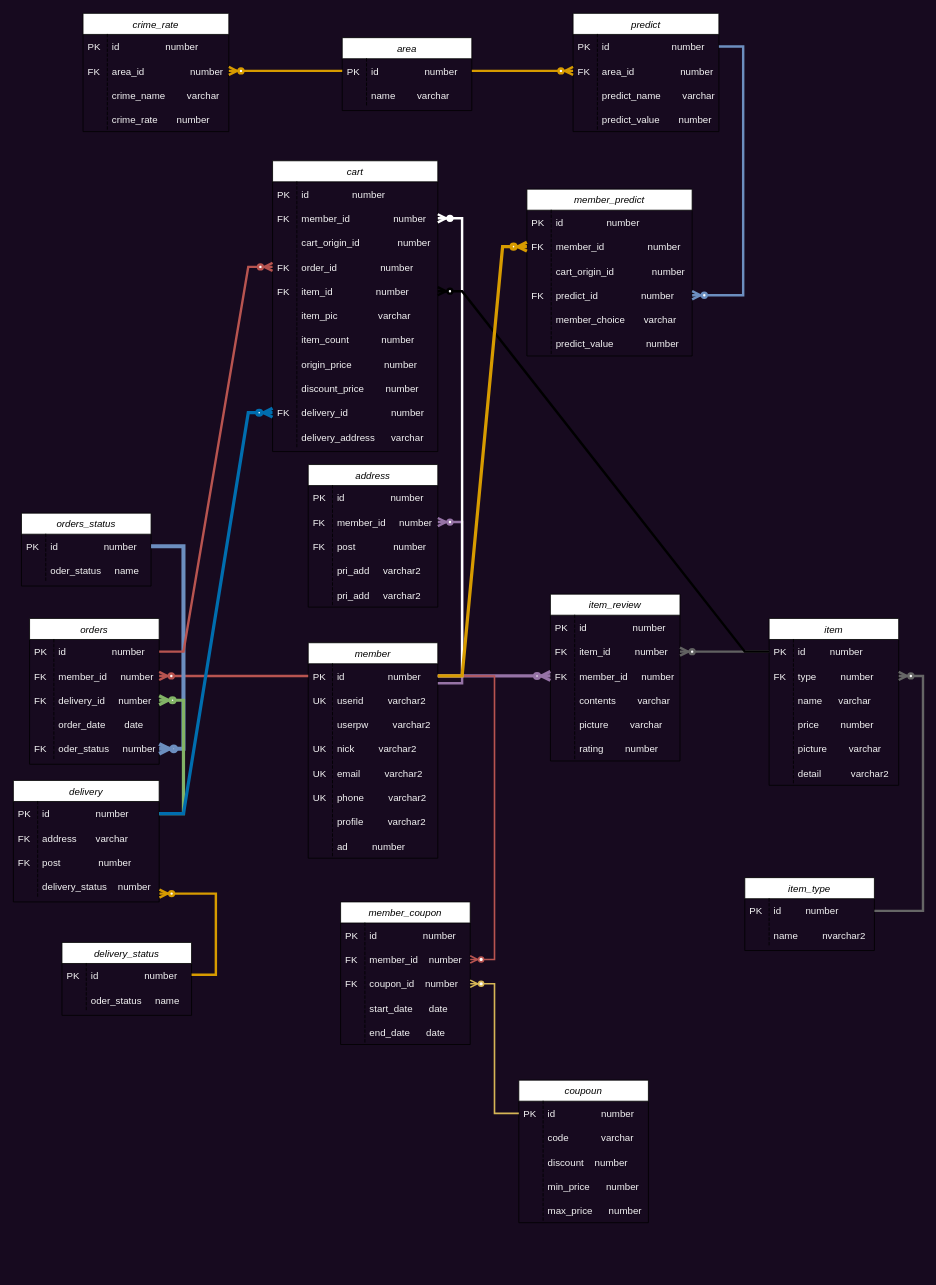
Above: sos/제목 없는 다이어그램.drawio in shahmaran0207/No-more-use (draw.io), before the change. Source tidied: cells renumbered, new cells numbered last; positions are measured from the earlier drawing's top-left corner, leaving out a move shared by most shapes. Both pictures are drawn from the tidied source at 81%, with x=0, y=0 at pixel (-19, 13).
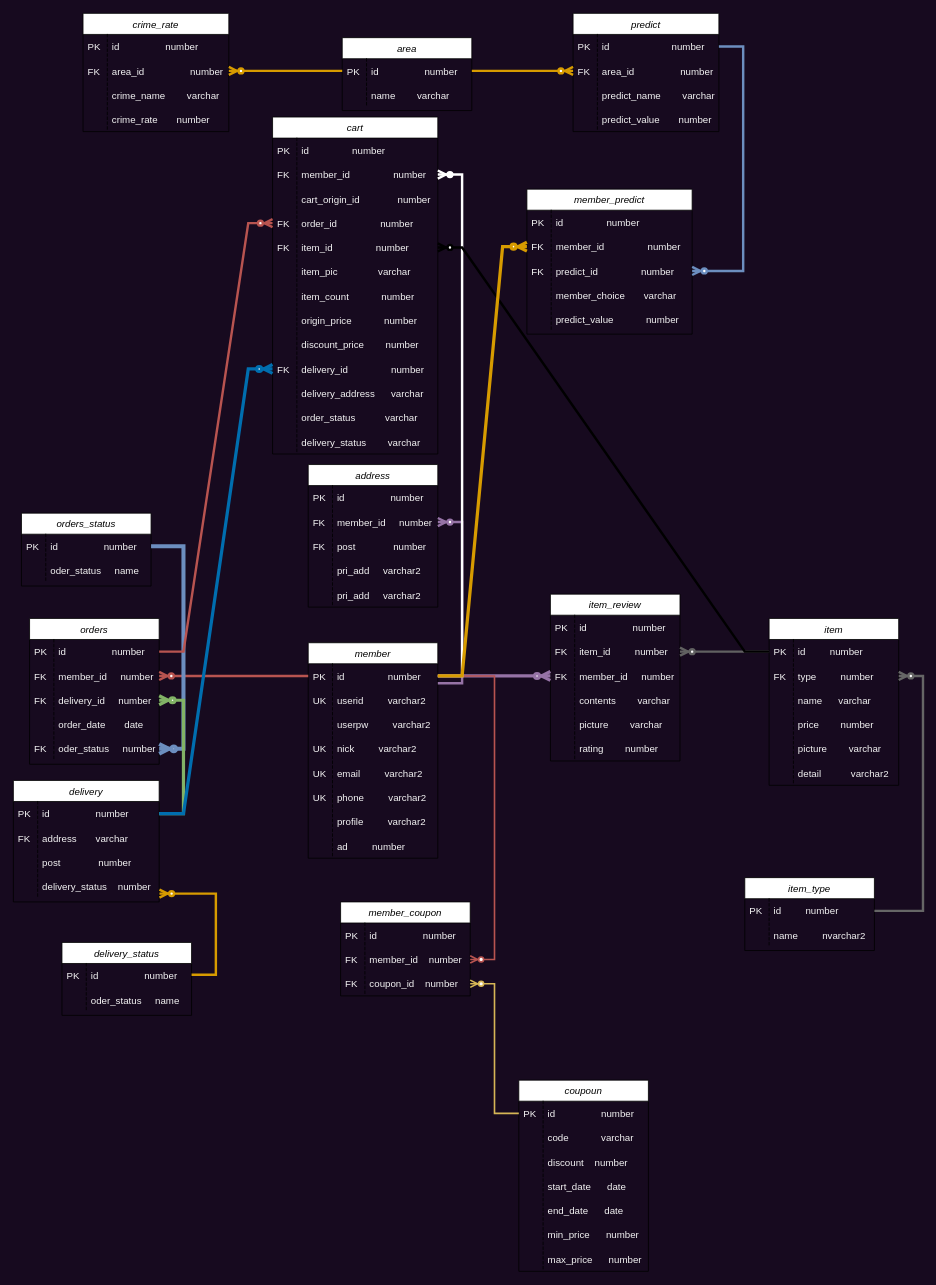
The same page after the edit.

Commit message:
제목 없는 다이어그램.drawio 업데이트

The change refers to these unchanged cells:
```xml
<mxCell id="75" value="post              number" style="shape=partialRectangle;fillColor=none;align=left;verticalAlign=middle;strokeColor=none;spacingLeft=34;fontColor=#F5F5F5;" parent="70" vertex="1">
  <mxGeometry y="86" width="180" height="30" as="geometry" />
</mxCell>
```

Diff of the diagram source:
```diff
@@
-    <mxCell id="76" value="FK" style="shape=partialRectangle;top=0;left=0;bottom=0;fillColor=none;stokeWidth=1;dashed=1;align=left;verticalAlign=middle;spacingLeft=4;spacingRight=4;overflow=hidden;fontColor=#F5F5F5;" parent="75" vertex="1">
+    <mxCell id="76" style="shape=partialRectangle;top=0;left=0;bottom=0;fillColor=none;stokeWidth=1;dashed=1;align=left;verticalAlign=middle;spacingLeft=4;spacingRight=4;overflow=hidden;fontColor=#F5F5F5;" parent="75" vertex="1">
       <mxGeometry width="30" height="30" as="geometry" />
     </mxCell>
@@
     <mxCell id="87" value="member_coupon" style="swimlane;fontStyle=2;align=center;verticalAlign=top;horizontal=1;startSize=26;rounded=0;shadow=0;strokeWidth=1;fontColor=#000000;" parent="1" vertex="1">
-      <mxGeometry x="444" y="1097" width="160" height="176" as="geometry" />
+      <mxGeometry x="444" y="1097" width="160" height="116" as="geometry" />
     </mxCell>
@@
-    <mxCell id="94" value="start_date      date" style="shape=partialRectangle;fillColor=none;align=left;verticalAlign=middle;strokeColor=none;spacingLeft=34;fontColor=#F5F5F5;" parent="87" vertex="1">
-      <mxGeometry y="116" width="160" height="30" as="geometry" />
-    </mxCell>
-    <mxCell id="95" style="shape=partialRectangle;top=0;left=0;bottom=0;fillColor=none;stokeWidth=1;dashed=1;align=left;verticalAlign=middle;spacingLeft=4;spacingRight=4;overflow=hidden;fontColor=#F5F5F5;" parent="94" vertex="1">
-      <mxGeometry width="30" height="30" as="geometry" />
-    </mxCell>
-    <mxCell id="96" value="end_date      date" style="shape=partialRectangle;fillColor=none;align=left;verticalAlign=middle;strokeColor=none;spacingLeft=34;fontColor=#F5F5F5;" parent="87" vertex="1">
-      <mxGeometry y="146" width="160" height="30" as="geometry" />
-    </mxCell>
-    <mxCell id="97" style="shape=partialRectangle;top=0;left=0;bottom=0;fillColor=none;stokeWidth=1;dashed=1;align=left;verticalAlign=middle;spacingLeft=4;spacingRight=4;overflow=hidden;fontColor=#F5F5F5;" parent="96" vertex="1">
-      <mxGeometry width="30" height="30" as="geometry" />
-    </mxCell>
     <mxCell id="98" value="coupoun" style="swimlane;fontStyle=2;align=center;verticalAlign=top;horizontal=1;startSize=26;rounded=0;shadow=0;strokeWidth=1;fontColor=#000000;" parent="1" vertex="1">
-      <mxGeometry x="664" y="1317" width="160" height="176" as="geometry" />
+      <mxGeometry x="664" y="1317" width="160" height="236" as="geometry" />
     </mxCell>
@@
+    <mxCell id="94" value="start_date      date" style="shape=partialRectangle;fillColor=none;align=left;verticalAlign=middle;strokeColor=none;spacingLeft=34;fontColor=#F5F5F5;" parent="98" vertex="1">
+      <mxGeometry y="116" width="160" height="30" as="geometry" />
+    </mxCell>
+    <mxCell id="95" style="shape=partialRectangle;top=0;left=0;bottom=0;fillColor=none;stokeWidth=1;dashed=1;align=left;verticalAlign=middle;spacingLeft=4;spacingRight=4;overflow=hidden;fontColor=#F5F5F5;" parent="94" vertex="1">
+      <mxGeometry width="30" height="30" as="geometry" />
+    </mxCell>
+    <mxCell id="96" value="end_date      date" style="shape=partialRectangle;fillColor=none;align=left;verticalAlign=middle;strokeColor=none;spacingLeft=34;fontColor=#F5F5F5;" parent="98" vertex="1">
+      <mxGeometry y="146" width="160" height="30" as="geometry" />
+    </mxCell>
+    <mxCell id="97" style="shape=partialRectangle;top=0;left=0;bottom=0;fillColor=none;stokeWidth=1;dashed=1;align=left;verticalAlign=middle;spacingLeft=4;spacingRight=4;overflow=hidden;fontColor=#F5F5F5;" parent="96" vertex="1">
+      <mxGeometry width="30" height="30" as="geometry" />
+    </mxCell>
     <mxCell id="105" value="min_price      number" style="shape=partialRectangle;fillColor=none;align=left;verticalAlign=middle;strokeColor=none;spacingLeft=34;fontColor=#F5F5F5;" parent="98" vertex="1">
-      <mxGeometry y="116" width="160" height="30" as="geometry" />
+      <mxGeometry y="176" width="160" height="30" as="geometry" />
     </mxCell>
@@
     <mxCell id="107" value="max_price      number" style="shape=partialRectangle;fillColor=none;align=left;verticalAlign=middle;strokeColor=none;spacingLeft=34;fontColor=#F5F5F5;" parent="98" vertex="1">
-      <mxGeometry y="146" width="160" height="30" as="geometry" />
+      <mxGeometry y="206" width="160" height="30" as="geometry" />
     </mxCell>
@@
     <mxCell id="148" value="cart" style="swimlane;fontStyle=2;align=center;verticalAlign=top;horizontal=1;startSize=26;rounded=0;shadow=0;strokeWidth=1;fontColor=#000000;" parent="1" vertex="1">
-      <mxGeometry x="360" y="182" width="204" height="359" as="geometry" />
+      <mxGeometry x="360" y="128" width="204" height="416" as="geometry" />
     </mxCell>
@@
+    <mxCell id="190" value="order_status           varchar" style="shape=partialRectangle;fillColor=none;align=left;verticalAlign=middle;strokeColor=none;spacingLeft=34;fontColor=#F5F5F5;" parent="148" vertex="1">
+      <mxGeometry y="356" width="204" height="30" as="geometry" />
+    </mxCell>
+    <mxCell id="191" style="shape=partialRectangle;top=0;left=0;bottom=0;fillColor=none;stokeWidth=1;dashed=1;align=left;verticalAlign=middle;spacingLeft=4;spacingRight=4;overflow=hidden;fontColor=#F5F5F5;" parent="190" vertex="1">
+      <mxGeometry width="30" height="30" as="geometry" />
+    </mxCell>
+    <mxCell id="192" value="delivery_status        varchar" style="shape=partialRectangle;fillColor=none;align=left;verticalAlign=middle;strokeColor=none;spacingLeft=34;fontColor=#F5F5F5;" parent="148" vertex="1">
+      <mxGeometry y="386" width="204" height="30" as="geometry" />
+    </mxCell>
+    <mxCell id="193" style="shape=partialRectangle;top=0;left=0;bottom=0;fillColor=none;stokeWidth=1;dashed=1;align=left;verticalAlign=middle;spacingLeft=4;spacingRight=4;overflow=hidden;fontColor=#F5F5F5;" parent="192" vertex="1">
+      <mxGeometry width="30" height="30" as="geometry" />
+    </mxCell>
@@
     <mxCell id="174" value="member_predict" style="swimlane;fontStyle=2;align=center;verticalAlign=top;horizontal=1;startSize=26;rounded=0;shadow=0;strokeWidth=1;fontColor=#000000;" parent="1" vertex="1">
-      <mxGeometry x="674" y="217" width="204" height="206" as="geometry" />
+      <mxGeometry x="674" y="217" width="204" height="179" as="geometry" />
     </mxCell>
@@
-    <mxCell id="179" value="cart_origin_id              number" style="shape=partialRectangle;fillColor=none;align=left;verticalAlign=middle;strokeColor=none;spacingLeft=34;fontColor=#F5F5F5;" parent="174" vertex="1">
-      <mxGeometry y="86" width="204" height="30" as="geometry" />
-    </mxCell>
-    <mxCell id="180" style="shape=partialRectangle;top=0;left=0;bottom=0;fillColor=none;stokeWidth=1;dashed=1;align=left;verticalAlign=middle;spacingLeft=4;spacingRight=4;overflow=hidden;fontColor=#F5F5F5;" parent="179" vertex="1">
-      <mxGeometry width="30" height="30" as="geometry" />
-    </mxCell>
     <mxCell id="181" value="predict_id                number" style="shape=partialRectangle;fillColor=none;align=left;verticalAlign=middle;strokeColor=none;spacingLeft=34;points=[[0,0.5],[1,0.5]];portConstraint=eastwest;fontColor=#F5F5F5;" parent="174" vertex="1">
-      <mxGeometry y="116" width="204" height="30" as="geometry" />
+      <mxGeometry y="86" width="204" height="30" as="geometry" />
     </mxCell>
@@
     <mxCell id="183" value="member_choice       varchar" style="shape=partialRectangle;fillColor=none;align=left;verticalAlign=middle;strokeColor=none;spacingLeft=34;fontColor=#F5F5F5;" parent="174" vertex="1">
-      <mxGeometry y="146" width="204" height="30" as="geometry" />
+      <mxGeometry y="116" width="204" height="30" as="geometry" />
     </mxCell>
@@
     <mxCell id="185" value="predict_value            number" style="shape=partialRectangle;fillColor=none;align=left;verticalAlign=middle;strokeColor=none;spacingLeft=34;fontColor=#F5F5F5;" parent="174" vertex="1">
-      <mxGeometry y="176" width="204" height="30" as="geometry" />
+      <mxGeometry y="146" width="204" height="30" as="geometry" />
     </mxCell>
```
